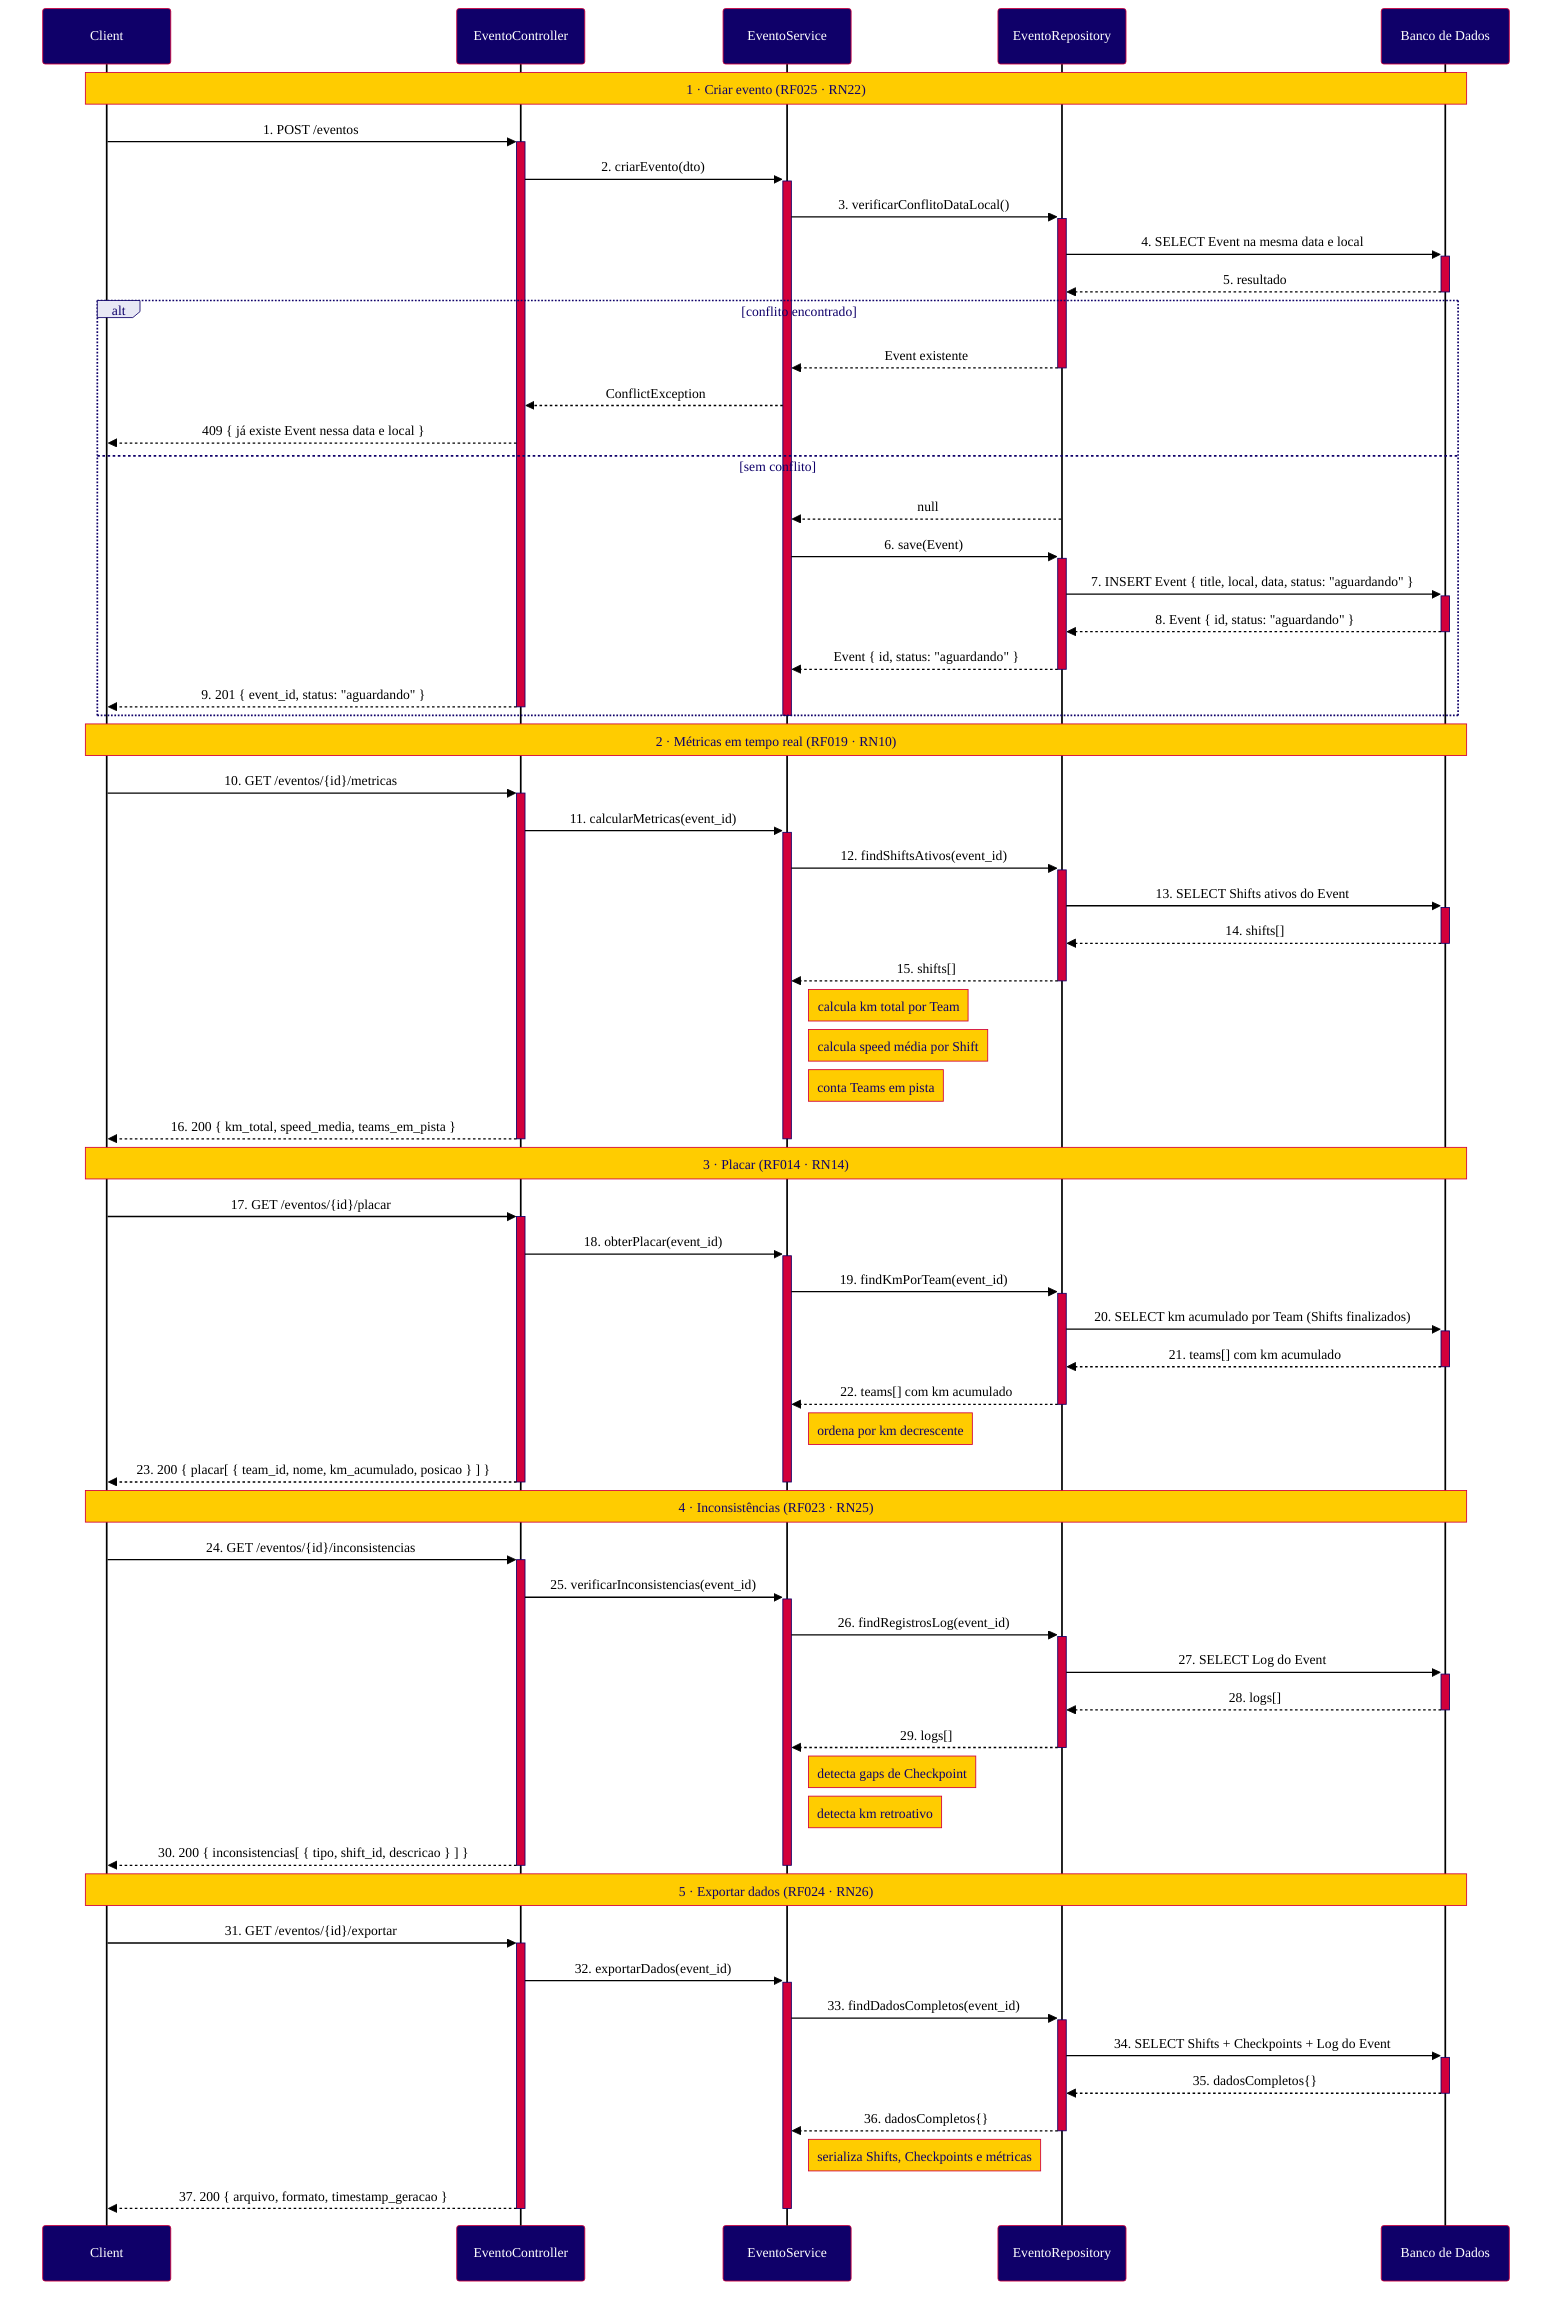
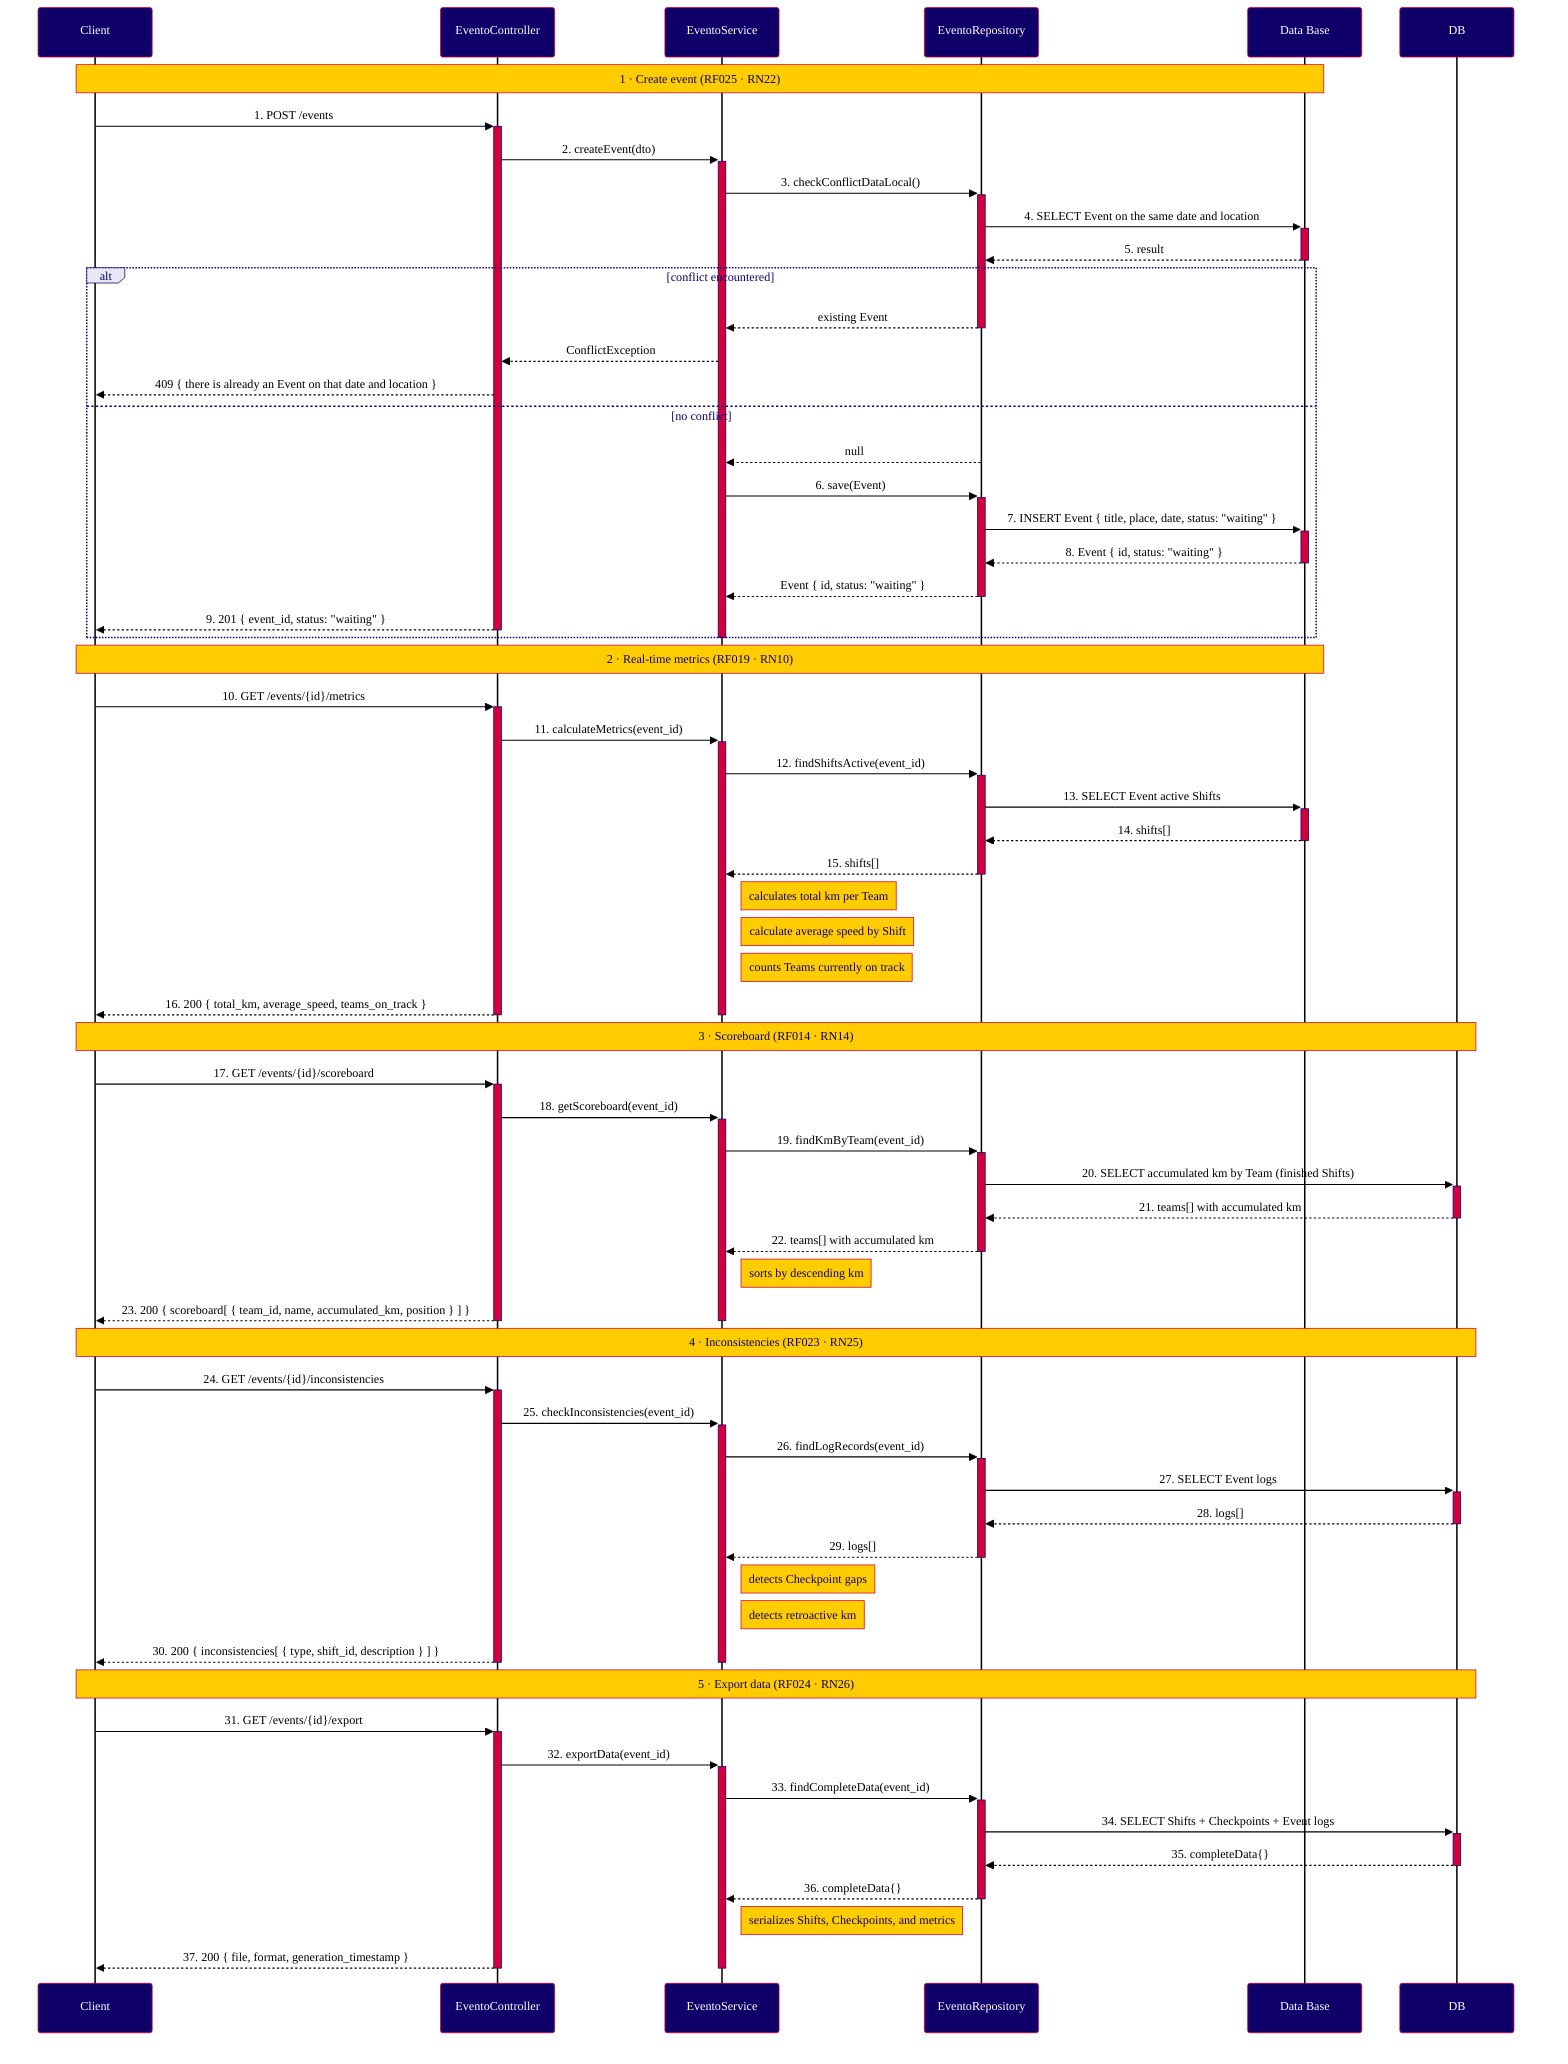

%%{init: {
  "theme": "base",
  "themeVariables": {
    "primaryColor": "#0F0069",
    "primaryTextColor": "#FFFFFF",
    "primaryBorderColor": "#D2003C",
    "secondaryColor": "#D2003C",
    "secondaryTextColor": "#FFFFFF",
    "secondaryBorderColor": "#D2003C",
    "tertiaryColor": "#E8E8F5",
    "tertiaryTextColor": "#0F0069",
    "tertiaryBorderColor": "#0F0069",
    "noteBkgColor": "#FFCC00",
    "noteTextColor": "#0F0069",
    "noteBorderColor": "#D2003C",
    "activationBkgColor": "#D2003C",
    "activationBorderColor": "#0F0069",
    "actorBkg": "#0F0069",
    "actorTextColor": "#FFFFFF",
    "actorBorderColor": "#D2003C",
    "actorLineColor": "#000000",
    "signalColor": "#000000",
    "signalTextColor": "#000000",
    "labelBoxBkgColor": "#E8E8F5",
    "labelBoxBorderColor": "#0F0069",
    "labelTextColor": "#0F0069",
    "loopTextColor": "#0F0069",
    "fontFamily": "Arial, sans-serif",
    "fontSize": "14px",
    "background": "#FFFFFF"
  }
}}%%
sequenceDiagram
    participant C as Client
    participant CT as EventoController
    participant ES as EventoService
    participant ER as EventoRepository
-     participant BD as Banco de Dados
+     participant BD as Data Base

-     Note over C,BD: 1 · Criar evento (RF025 · RN22)
+     Note over C,BD: 1 · Create event (RF025 · RN22)

-     C->>+CT: 1. POST /eventos
-     CT->>+ES: 2. criarEvento(dto)
-     ES->>+ER: 3. verificarConflitoDataLocal()
-     ER->>+BD: 4. SELECT Event na mesma data e local
-     BD-->>-ER: 5. resultado
-     alt conflito encontrado
-         ER-->>-ES: Event existente
+     C->>+CT: 1. POST /events
+     CT->>+ES: 2. createEvent(dto)
+     ES->>+ER: 3. checkConflictDataLocal()
+     ER->>+BD: 4. SELECT Event on the same date and location
+     BD-->>-ER: 5. result
+     alt conflict encountered
+         ER-->>-ES: existing Event
        ES-->>CT: ConflictException
-         CT-->>C: 409 { já existe Event nessa data e local }
-     else sem conflito
+         CT-->>C: 409 { there is already an Event on that date and location }
+     else no conflict
        ER-->>ES: null
        ES->>+ER: 6. save(Event)
-         ER->>+BD: 7. INSERT Event { title, local, data, status: "aguardando" }
-         BD-->>-ER: 8. Event { id, status: "aguardando" }
-         ER-->>-ES: Event { id, status: "aguardando" }
-         CT-->>-C: 9. 201 { event_id, status: "aguardando" }
+         ER->>+BD: 7. INSERT Event { title, place, date, status: "waiting" }
+         BD-->>-ER: 8. Event { id, status: "waiting" }
+         ER-->>-ES: Event { id, status: "waiting" }
+         CT-->>-C: 9. 201 { event_id, status: "waiting" }
    end
    deactivate ES

-     Note over C,BD: 2 · Métricas em tempo real (RF019 · RN10)
+     Note over C,BD: 2 · Real-time metrics (RF019 · RN10)

-     C->>+CT: 10. GET /eventos/{id}/metricas
-     CT->>+ES: 11. calcularMetricas(event_id)
-     ES->>+ER: 12. findShiftsAtivos(event_id)
-     ER->>+BD: 13. SELECT Shifts ativos do Event
+     C->>+CT: 10. GET /events/{id}/metrics
+     CT->>+ES: 11. calculateMetrics(event_id)
+     ES->>+ER: 12. findShiftsActive(event_id)
+     ER->>+BD: 13. SELECT Event active Shifts
    BD-->>-ER: 14. shifts[]
    ER-->>-ES: 15. shifts[]
-     Note right of ES: calcula km total por Team
-     Note right of ES: calcula speed média por Shift
-     Note right of ES: conta Teams em pista
-     CT-->>-C: 16. 200 { km_total, speed_media, teams_em_pista }
+     Note right of ES: calculates total km per Team
+     Note right of ES: calculate average speed by Shift
+     Note right of ES: counts Teams currently on track
+     CT-->>-C: 16. 200 { total_km, average_speed, teams_on_track }
    deactivate ES

-     Note over C,BD: 3 · Placar (RF014 · RN14)
+     Note over C,DB: 3 · Scoreboard (RF014 · RN14)

-     C->>+CT: 17. GET /eventos/{id}/placar
-     CT->>+ES: 18. obterPlacar(event_id)
-     ES->>+ER: 19. findKmPorTeam(event_id)
-     ER->>+BD: 20. SELECT km acumulado por Team (Shifts finalizados)
-     BD-->>-ER: 21. teams[] com km acumulado
-     ER-->>-ES: 22. teams[] com km acumulado
-     Note right of ES: ordena por km decrescente
-     CT-->>-C: 23. 200 { placar[ { team_id, nome, km_acumulado, posicao } ] }
+     C->>+CT: 17. GET /events/{id}/scoreboard
+     CT->>+ES: 18. getScoreboard(event_id)
+     ES->>+ER: 19. findKmByTeam(event_id)
+     ER->>+DB: 20. SELECT accumulated km by Team (finished Shifts)
+     DB-->>-ER: 21. teams[] with accumulated km
+     ER-->>-ES: 22. teams[] with accumulated km
+ 
+     Note right of ES: sorts by descending km
+     CT-->>-C: 23. 200 { scoreboard[ { team_id, name, accumulated_km, position } ] }
    deactivate ES

-     Note over C,BD: 4 · Inconsistências (RF023 · RN25)
+     Note over C,DB: 4 · Inconsistencies (RF023 · RN25)

-     C->>+CT: 24. GET /eventos/{id}/inconsistencias
-     CT->>+ES: 25. verificarInconsistencias(event_id)
-     ES->>+ER: 26. findRegistrosLog(event_id)
-     ER->>+BD: 27. SELECT Log do Event
-     BD-->>-ER: 28. logs[]
+     C->>+CT: 24. GET /events/{id}/inconsistencies
+     CT->>+ES: 25. checkInconsistencies(event_id)
+     ES->>+ER: 26. findLogRecords(event_id)
+     ER->>+DB: 27. SELECT Event logs
+     DB-->>-ER: 28. logs[]
    ER-->>-ES: 29. logs[]
-     Note right of ES: detecta gaps de Checkpoint
-     Note right of ES: detecta km retroativo
-     CT-->>-C: 30. 200 { inconsistencias[ { tipo, shift_id, descricao } ] }
+ 
+     Note right of ES: detects Checkpoint gaps
+     Note right of ES: detects retroactive km
+     CT-->>-C: 30. 200 { inconsistencies[ { type, shift_id, description } ] }
    deactivate ES

-     Note over C,BD: 5 · Exportar dados (RF024 · RN26)
+     Note over C,DB: 5 · Export data (RF024 · RN26)

-     C->>+CT: 31. GET /eventos/{id}/exportar
-     CT->>+ES: 32. exportarDados(event_id)
-     ES->>+ER: 33. findDadosCompletos(event_id)
-     ER->>+BD: 34. SELECT Shifts + Checkpoints + Log do Event
-     BD-->>-ER: 35. dadosCompletos{}
-     ER-->>-ES: 36. dadosCompletos{}
-     Note right of ES: serializa Shifts, Checkpoints e métricas
-     CT-->>-C: 37. 200 { arquivo, formato, timestamp_geracao }
-     deactivate ES
+     C->>+CT: 31. GET /events/{id}/export
+     CT->>+ES: 32. exportData(event_id)
+     ES->>+ER: 33. findCompleteData(event_id)
+     ER->>+DB: 34. SELECT Shifts + Checkpoints + Event logs
+     DB-->>-ER: 35. completeData{}
+     ER-->>-ES: 36. completeData{}

- 
+     Note right of ES: serializes Shifts, Checkpoints, and metrics
+     CT-->>-C: 37. 200 { file, format, generation_timestamp }
+     deactivate ES